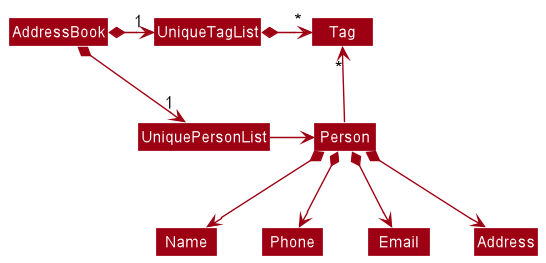
Before: docs/images/BetterModelClassDiagram.png, a diagram exported from PlantUML (nus-cs2103-AY2122S1/tp). Its diagram source:
```plantuml
@startuml
!include style.puml
skinparam arrowThickness 1.1
skinparam arrowColor MODEL_COLOR
skinparam classBackgroundColor MODEL_COLOR

AddressBook *-right-> "1" UniquePersonList
AddressBook *-right-> "1" UniqueTagList
UniqueTagList -[hidden]down- UniquePersonList
UniqueTagList -[hidden]down- UniquePersonList

UniqueTagList *-right-> "*" Tag
UniquePersonList -right-> Person

Person -up-> "*" Tag

Person *--> Name
Person *--> Phone
Person *--> Email
Person *--> Address
@enduml
```
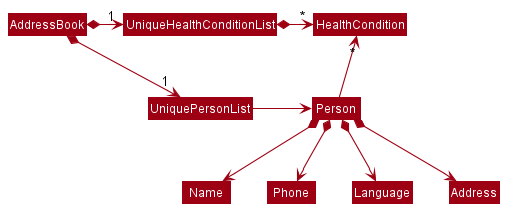
After the change.

Diff of the diagram source:
```diff
@@ -5,17 +5,17 @@
 skinparam classBackgroundColor MODEL_COLOR
 
 AddressBook *-right-> "1" UniquePersonList
-AddressBook *-right-> "1" UniqueTagList
-UniqueTagList -[hidden]down- UniquePersonList
-UniqueTagList -[hidden]down- UniquePersonList
+AddressBook *-right-> "1" UniqueHealthConditionList
+UniqueHealthConditionList -[hidden]down- UniquePersonList
+UniqueHealthConditionList -[hidden]down- UniquePersonList
 
-UniqueTagList *-right-> "*" Tag
+UniqueHealthConditionList *-right-> "*" HealthCondition
 UniquePersonList -right-> Person
 
-Person -up-> "*" Tag
+Person -up-> "*" HealthCondition
 
 Person *--> Name
 Person *--> Phone
-Person *--> Email
+Person *--> Language
 Person *--> Address
 @enduml
```
